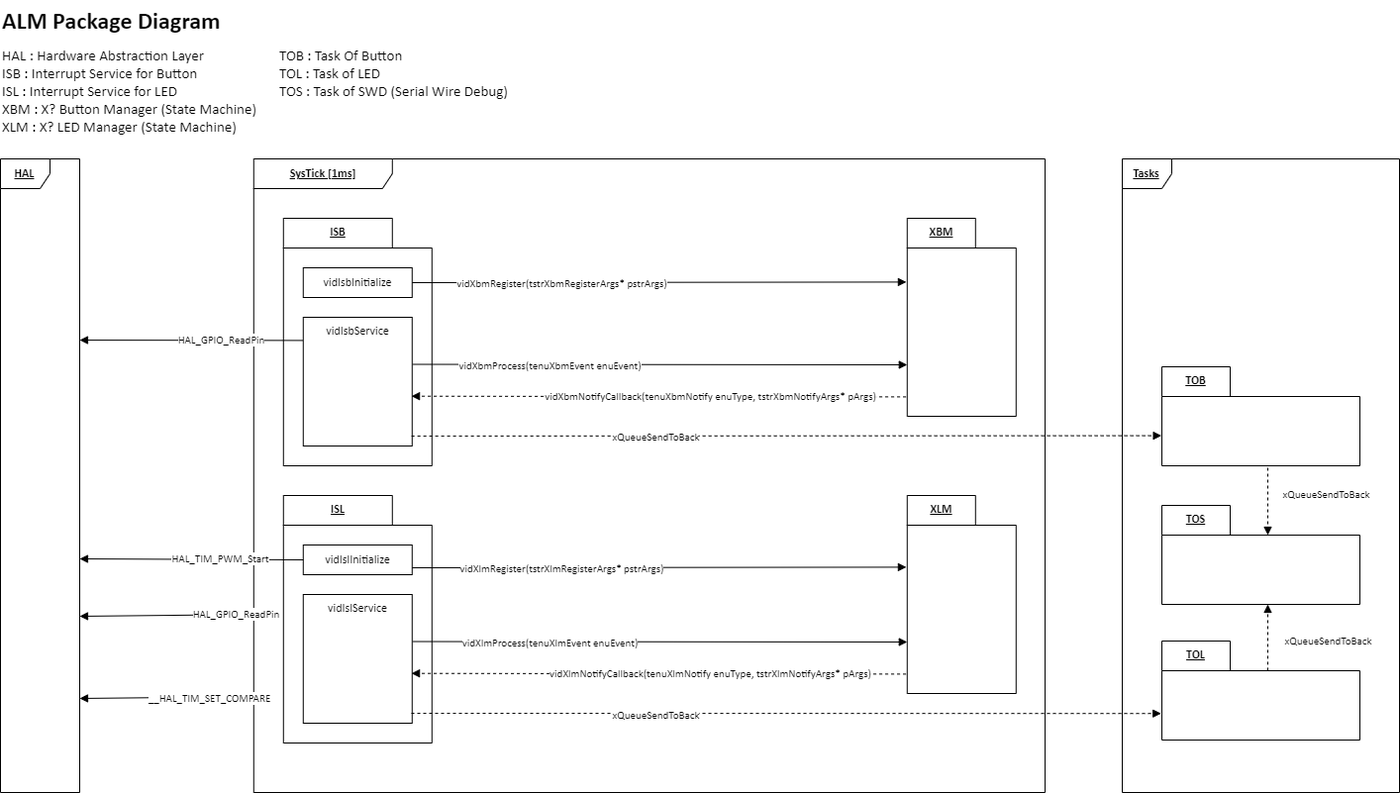
Earlier version of the draw.io export Resources/Part2/Part2_ALM_PackageDiagram.drawio.png (gtuja/CSC_MS). Source tidied: cells renumbered, new cells last; positions are measured from the earlier drawing's top-left corner, leaving out a move shared by most shapes. Source of this version:
```xml
<mxGraphModel>
  <root>
    <mxCell id="0" />
    <mxCell id="1" parent="0" />
    <mxCell id="2" value="HAL" style="shape=umlFrame;whiteSpace=wrap;html=1;width=50;height=30;labelBackgroundColor=default;fontFamily=Calibri;fontStyle=5;" parent="1" vertex="1">
      <mxGeometry y="160" width="80" height="640" as="geometry" />
    </mxCell>
    <mxCell id="3" value="SysTick [1ms]" style="shape=umlFrame;whiteSpace=wrap;html=1;width=140;height=30;fontFamily=Calibri;fontStyle=5;" parent="1" vertex="1">
      <mxGeometry x="255.8" y="160" width="799.2" height="640" as="geometry" />
    </mxCell>
    <mxCell id="4" value="ISB" style="shape=folder;fontStyle=5;tabWidth=110;tabHeight=30;tabPosition=left;html=1;boundedLbl=1;labelInHeader=1;whiteSpace=wrap;verticalAlign=top;align=center;fontFamily=Calibri;" parent="3" vertex="1">
      <mxGeometry x="30" y="60" width="150" height="250" as="geometry" />
    </mxCell>
    <mxCell id="5" value="vidIsbInitialize" style="html=1;whiteSpace=wrap;align=center;fontFamily=Calibri;" parent="4" vertex="1">
      <mxGeometry width="110" height="30" relative="1" as="geometry">
        <mxPoint x="20" y="50" as="offset" />
      </mxGeometry>
    </mxCell>
    <mxCell id="6" value="vidIsbService" style="html=1;whiteSpace=wrap;verticalAlign=top;fontFamily=Calibri;" parent="4" vertex="1">
      <mxGeometry x="20" y="100" width="110" height="130" as="geometry" />
    </mxCell>
    <mxCell id="7" value="XBM" style="shape=folder;fontStyle=5;tabWidth=69;tabHeight=30;tabPosition=left;html=1;boundedLbl=1;labelInHeader=1;whiteSpace=wrap;verticalAlign=top;align=center;fontFamily=Calibri;" parent="3" vertex="1">
      <mxGeometry x="660" y="60" width="110" height="200" as="geometry" />
    </mxCell>
    <mxCell id="8" style="html=1;verticalAlign=bottom;labelBackgroundColor=none;endArrow=block;endFill=1;rounded=0;exitX=1;exitY=0.5;exitDx=0;exitDy=0;entryX=-0.008;entryY=0.322;entryDx=0;entryDy=0;entryPerimeter=0;fontFamily=Calibri;" parent="3" edge="1" source="5" target="7">
      <mxGeometry relative="1" as="geometry" />
    </mxCell>
    <mxCell id="9" value="vidXbmRegister(tstrXbmRegisterArgs* pstrArgs)" style="edgeLabel;html=1;align=center;verticalAlign=middle;fontFamily=Calibri;" parent="8" vertex="1">
      <mxGeometry x="-0.16" y="-1" relative="1" as="geometry">
        <mxPoint x="-59" as="offset" />
      </mxGeometry>
    </mxCell>
    <mxCell id="10" style="html=1;verticalAlign=bottom;labelBackgroundColor=none;endArrow=block;endFill=1;rounded=0;exitX=1.005;exitY=0.304;exitDx=0;exitDy=0;entryX=0;entryY=0;entryDx=0;entryDy=140;entryPerimeter=0;exitPerimeter=0;fontFamily=Calibri;" parent="3" edge="1">
      <mxGeometry relative="1" as="geometry">
        <mxPoint x="160.5" y="207.5" as="sourcePoint" />
        <mxPoint x="660" y="208" as="targetPoint" />
      </mxGeometry>
    </mxCell>
    <mxCell id="11" value="vidXbmProcess(tenuXbmEvent enuEvent)" style="edgeLabel;html=1;align=center;verticalAlign=middle;fontFamily=Calibri;" parent="10" vertex="1">
      <mxGeometry x="-0.16" y="-1" relative="1" as="geometry">
        <mxPoint x="-71" as="offset" />
      </mxGeometry>
    </mxCell>
    <mxCell id="12" style="html=1;verticalAlign=bottom;labelBackgroundColor=none;endArrow=block;endFill=1;rounded=0;exitX=-0.011;exitY=0.902;exitDx=0;exitDy=0;entryX=0.994;entryY=0.613;entryDx=0;entryDy=0;entryPerimeter=0;exitPerimeter=0;dashed=1;fontFamily=Calibri;" parent="3" edge="1" source="7" target="6">
      <mxGeometry relative="1" as="geometry" />
    </mxCell>
    <mxCell id="13" value="vidXbmNotifyCallback(tenuXbmNotify enuType, tstrXbmNotifyArgs* pArgs)" style="edgeLabel;html=1;align=center;verticalAlign=middle;fontFamily=Calibri;" parent="12" vertex="1">
      <mxGeometry x="-0.16" y="-1" relative="1" as="geometry">
        <mxPoint x="11" as="offset" />
      </mxGeometry>
    </mxCell>
    <mxCell id="14" value="ISL" style="shape=folder;fontStyle=5;tabWidth=110;tabHeight=30;tabPosition=left;html=1;boundedLbl=1;labelInHeader=1;whiteSpace=wrap;verticalAlign=top;align=center;fontFamily=Calibri;" parent="3" vertex="1">
      <mxGeometry x="30" y="340" width="150" height="250" as="geometry" />
    </mxCell>
    <mxCell id="15" value="vidIslInitialize" style="html=1;whiteSpace=wrap;align=center;fontFamily=Calibri;" parent="14" vertex="1">
      <mxGeometry width="110" height="30" relative="1" as="geometry">
        <mxPoint x="20" y="50" as="offset" />
      </mxGeometry>
    </mxCell>
    <mxCell id="16" value="vidIslService" style="html=1;whiteSpace=wrap;verticalAlign=top;fontFamily=Calibri;" parent="14" vertex="1">
      <mxGeometry x="20" y="100" width="110" height="130" as="geometry" />
    </mxCell>
    <mxCell id="17" value="XLM" style="shape=folder;fontStyle=5;tabWidth=69;tabHeight=30;tabPosition=left;html=1;boundedLbl=1;labelInHeader=1;whiteSpace=wrap;verticalAlign=top;align=center;fontFamily=Calibri;" parent="3" vertex="1">
      <mxGeometry x="660" y="340" width="110" height="200" as="geometry" />
    </mxCell>
    <mxCell id="18" style="html=1;verticalAlign=bottom;labelBackgroundColor=none;endArrow=block;endFill=1;rounded=0;exitX=1;exitY=0.5;exitDx=0;exitDy=0;entryX=-0.008;entryY=0.322;entryDx=0;entryDy=0;entryPerimeter=0;fontFamily=Calibri;" parent="3" edge="1">
      <mxGeometry relative="1" as="geometry">
        <mxPoint x="160" y="413" as="sourcePoint" />
        <mxPoint x="659.1" y="412.4" as="targetPoint" />
      </mxGeometry>
    </mxCell>
    <mxCell id="19" value="vidXlmRegister(tstrXlmRegisterArgs* pstrArgs)" style="edgeLabel;html=1;align=center;verticalAlign=middle;fontFamily=Calibri;" parent="18" vertex="1">
      <mxGeometry x="-0.16" y="-1" relative="1" as="geometry">
        <mxPoint x="-59" as="offset" />
      </mxGeometry>
    </mxCell>
    <mxCell id="20" style="html=1;verticalAlign=bottom;labelBackgroundColor=none;endArrow=block;endFill=1;rounded=0;exitX=1.005;exitY=0.304;exitDx=0;exitDy=0;entryX=0;entryY=0;entryDx=0;entryDy=140;entryPerimeter=0;exitPerimeter=0;fontFamily=Calibri;" parent="3" edge="1">
      <mxGeometry relative="1" as="geometry">
        <mxPoint x="160.5" y="487.5" as="sourcePoint" />
        <mxPoint x="660" y="488" as="targetPoint" />
      </mxGeometry>
    </mxCell>
    <mxCell id="21" value="vidXlmProcess(tenuXlmEvent enuEvent)" style="edgeLabel;html=1;align=center;verticalAlign=middle;fontFamily=Calibri;" parent="20" vertex="1">
      <mxGeometry x="-0.16" y="-1" relative="1" as="geometry">
        <mxPoint x="-71" as="offset" />
      </mxGeometry>
    </mxCell>
    <mxCell id="22" style="html=1;verticalAlign=bottom;labelBackgroundColor=none;endArrow=block;endFill=1;rounded=0;exitX=-0.011;exitY=0.902;exitDx=0;exitDy=0;entryX=0.994;entryY=0.613;entryDx=0;entryDy=0;entryPerimeter=0;exitPerimeter=0;dashed=1;fontFamily=Calibri;" parent="3" edge="1" source="17" target="16">
      <mxGeometry relative="1" as="geometry" />
    </mxCell>
    <mxCell id="23" value="vidXlmNotifyCallback(tenuXlmNotify enuType, tstrXlmNotifyArgs* pArgs)" style="edgeLabel;html=1;align=center;verticalAlign=middle;fontFamily=Calibri;" parent="22" vertex="1">
      <mxGeometry x="-0.16" y="-1" relative="1" as="geometry">
        <mxPoint x="11" as="offset" />
      </mxGeometry>
    </mxCell>
    <mxCell id="24" style="html=1;verticalAlign=bottom;labelBackgroundColor=none;endArrow=block;endFill=1;rounded=0;exitX=0.985;exitY=0.923;exitDx=0;exitDy=0;exitPerimeter=0;dashed=1;entryX=-0.004;entryY=0.732;entryDx=0;entryDy=0;entryPerimeter=0;fontFamily=Calibri;" parent="3" edge="1" target="36">
      <mxGeometry relative="1" as="geometry">
        <mxPoint x="159.2" y="560" as="sourcePoint" />
      </mxGeometry>
    </mxCell>
    <mxCell id="25" value="xQueueSendToBack" style="edgeLabel;html=1;align=center;verticalAlign=middle;fontFamily=Calibri;" parent="24" vertex="1">
      <mxGeometry x="-0.16" y="-1" relative="1" as="geometry">
        <mxPoint x="-71" as="offset" />
      </mxGeometry>
    </mxCell>
    <mxCell id="26" style="html=1;verticalAlign=bottom;labelBackgroundColor=none;endArrow=block;endFill=1;rounded=0;exitX=-0.003;exitY=0.18;exitDx=0;exitDy=0;entryX=1.035;entryY=0.286;entryDx=0;entryDy=0;entryPerimeter=0;exitPerimeter=0;fontFamily=Calibri;" parent="1" edge="1" source="6">
      <mxGeometry relative="1" as="geometry">
        <mxPoint x="80" y="343" as="targetPoint" />
      </mxGeometry>
    </mxCell>
    <mxCell id="27" value="HAL_GPIO_ReadPin" style="edgeLabel;html=1;align=center;verticalAlign=middle;fontFamily=Calibri;" parent="26" vertex="1">
      <mxGeometry x="-0.16" y="-1" relative="1" as="geometry">
        <mxPoint x="11" as="offset" />
      </mxGeometry>
    </mxCell>
    <mxCell id="28" style="html=1;verticalAlign=bottom;labelBackgroundColor=none;endArrow=block;endFill=1;rounded=0;exitX=0;exitY=0.5;exitDx=0;exitDy=0;fontFamily=Calibri;" parent="1" edge="1" source="15">
      <mxGeometry relative="1" as="geometry">
        <mxPoint x="80" y="564" as="targetPoint" />
      </mxGeometry>
    </mxCell>
    <mxCell id="29" value="HAL_TIM_PWM_Start" style="edgeLabel;html=1;align=center;verticalAlign=middle;fontFamily=Calibri;" parent="28" vertex="1">
      <mxGeometry x="-0.16" y="-1" relative="1" as="geometry">
        <mxPoint x="11" as="offset" />
      </mxGeometry>
    </mxCell>
    <mxCell id="30" style="html=1;verticalAlign=bottom;labelBackgroundColor=none;endArrow=block;endFill=1;rounded=0;exitX=0;exitY=0.194;exitDx=0;exitDy=0;entryX=1.005;entryY=0.271;entryDx=0;entryDy=0;entryPerimeter=0;exitPerimeter=0;fontFamily=Calibri;" parent="1" edge="1">
      <mxGeometry relative="1" as="geometry">
        <mxPoint x="271" y="620" as="sourcePoint" />
        <mxPoint x="80" y="622" as="targetPoint" />
      </mxGeometry>
    </mxCell>
    <mxCell id="31" value="HAL_GPIO_ReadPin" style="edgeLabel;html=1;align=center;verticalAlign=middle;fontFamily=Calibri;" parent="30" vertex="1">
      <mxGeometry x="-0.16" y="-1" relative="1" as="geometry">
        <mxPoint x="46" as="offset" />
      </mxGeometry>
    </mxCell>
    <mxCell id="32" style="html=1;verticalAlign=bottom;labelBackgroundColor=none;endArrow=block;endFill=1;rounded=0;exitX=0;exitY=0.194;exitDx=0;exitDy=0;entryX=1.005;entryY=0.271;entryDx=0;entryDy=0;entryPerimeter=0;exitPerimeter=0;fontFamily=Calibri;" parent="1" edge="1">
      <mxGeometry relative="1" as="geometry">
        <mxPoint x="271" y="703" as="sourcePoint" />
        <mxPoint x="80" y="705" as="targetPoint" />
      </mxGeometry>
    </mxCell>
    <mxCell id="33" value="__HAL_TIM_SET_COMPARE" style="edgeLabel;html=1;align=center;verticalAlign=middle;fontFamily=Calibri;" parent="32" vertex="1">
      <mxGeometry x="-0.16" y="-1" relative="1" as="geometry">
        <mxPoint x="19" y="2" as="offset" />
      </mxGeometry>
    </mxCell>
    <mxCell id="34" value="Tasks" style="shape=umlFrame;whiteSpace=wrap;html=1;width=50;height=30;fontFamily=Calibri;fontStyle=5;" parent="1" vertex="1">
      <mxGeometry x="1133" y="160" width="280" height="640" as="geometry" />
    </mxCell>
    <mxCell id="35" value="TOB" style="shape=folder;fontStyle=5;tabWidth=69;tabHeight=30;tabPosition=left;html=1;boundedLbl=1;labelInHeader=1;whiteSpace=wrap;verticalAlign=top;align=center;fontFamily=Calibri;" parent="34" vertex="1">
      <mxGeometry x="40" y="210" width="200" height="100" as="geometry" />
    </mxCell>
    <mxCell id="36" value="TOL" style="shape=folder;fontStyle=5;tabWidth=69;tabHeight=30;tabPosition=left;html=1;boundedLbl=1;labelInHeader=1;whiteSpace=wrap;verticalAlign=top;align=center;fontFamily=Calibri;" parent="34" vertex="1">
      <mxGeometry x="40" y="487" width="200" height="100" as="geometry" />
    </mxCell>
    <mxCell id="37" value="TOS" style="shape=folder;fontStyle=5;tabWidth=69;tabHeight=30;tabPosition=left;html=1;boundedLbl=1;labelInHeader=1;whiteSpace=wrap;verticalAlign=top;align=center;fontFamily=Calibri;" parent="34" vertex="1">
      <mxGeometry x="40" y="350" width="200" height="100" as="geometry" />
    </mxCell>
    <mxCell id="38" style="html=1;verticalAlign=bottom;labelBackgroundColor=none;endArrow=block;endFill=1;rounded=0;dashed=1;entryX=0.5;entryY=1;entryDx=0;entryDy=0;entryPerimeter=0;exitX=0.535;exitY=0.299;exitDx=0;exitDy=0;exitPerimeter=0;fontFamily=Calibri;" parent="37" edge="1" source="36">
      <mxGeometry relative="1" as="geometry">
        <mxPoint x="107" y="100" as="targetPoint" />
      </mxGeometry>
    </mxCell>
    <mxCell id="39" value="xQueueSendToBack" style="edgeLabel;html=1;align=center;verticalAlign=middle;fontFamily=Calibri;" parent="38" vertex="1">
      <mxGeometry x="-0.16" y="-1" relative="1" as="geometry">
        <mxPoint x="59" y="-2" as="offset" />
      </mxGeometry>
    </mxCell>
    <mxCell id="40" style="html=1;verticalAlign=bottom;labelBackgroundColor=none;endArrow=block;endFill=1;rounded=0;dashed=1;exitX=0.535;exitY=1.02;exitDx=0;exitDy=0;exitPerimeter=0;fontFamily=Calibri;" parent="34" edge="1" source="35">
      <mxGeometry relative="1" as="geometry">
        <mxPoint x="147" y="380" as="targetPoint" />
      </mxGeometry>
    </mxCell>
    <mxCell id="41" value="xQueueSendToBack" style="edgeLabel;html=1;align=center;verticalAlign=middle;fontFamily=Calibri;" parent="40" vertex="1">
      <mxGeometry x="-0.16" y="-1" relative="1" as="geometry">
        <mxPoint x="59" y="-2" as="offset" />
      </mxGeometry>
    </mxCell>
    <mxCell id="42" style="html=1;verticalAlign=bottom;labelBackgroundColor=none;endArrow=block;endFill=1;rounded=0;exitX=0.985;exitY=0.923;exitDx=0;exitDy=0;exitPerimeter=0;dashed=1;entryX=-0.002;entryY=0.696;entryDx=0;entryDy=0;entryPerimeter=0;fontFamily=Calibri;" parent="1" edge="1" target="35">
      <mxGeometry relative="1" as="geometry">
        <mxPoint x="415.1" y="440" as="sourcePoint" />
      </mxGeometry>
    </mxCell>
    <mxCell id="43" value="xQueueSendToBack" style="edgeLabel;html=1;align=center;verticalAlign=middle;fontFamily=Calibri;" parent="42" vertex="1">
      <mxGeometry x="-0.16" y="-1" relative="1" as="geometry">
        <mxPoint x="-71" as="offset" />
      </mxGeometry>
    </mxCell>
    <mxCell id="44" value="&lt;h1 style=&quot;margin-top: 0px;&quot;&gt;ALM Package Diagram&lt;/h1&gt;&lt;p&gt;&lt;br&gt;&lt;/p&gt;&lt;p&gt;&lt;br&gt;&lt;/p&gt;" style="text;html=1;whiteSpace=wrap;overflow=hidden;rounded=0;fontFamily=Calibri;" parent="1" vertex="1">
      <mxGeometry width="420" height="50" as="geometry" />
    </mxCell>
    <mxCell id="45" value="&lt;span style=&quot;font-size: 15px;&quot;&gt;HAL : Hardware Abstraction Layer&lt;/span&gt;&lt;div style=&quot;font-size: 15px;&quot;&gt;&lt;span style=&quot;font-size: 15px;&quot;&gt;ISB : Interrupt Service for Button&lt;/span&gt;&lt;/div&gt;&lt;div style=&quot;font-size: 15px;&quot;&gt;&lt;div style=&quot;font-size: 15px;&quot;&gt;&lt;span style=&quot;font-size: 15px;&quot;&gt;ISL : Interrupt Service for LED&lt;/span&gt;&lt;/div&gt;&lt;div style=&quot;font-size: 15px;&quot;&gt;&lt;span style=&quot;font-size: 15px;&quot;&gt;XBM : X? Button Manager (State Machine)&lt;/span&gt;&lt;/div&gt;&lt;div style=&quot;font-size: 15px;&quot;&gt;&lt;span style=&quot;font-size: 15px;&quot;&gt;XLM : X? LED Manager&amp;nbsp;&lt;/span&gt;(State Machine)&lt;/div&gt;&lt;/div&gt;&lt;div style=&quot;font-size: 15px;&quot;&gt;&lt;span style=&quot;font-size: 15px;&quot;&gt;&lt;br style=&quot;font-size: 15px;&quot;&gt;&lt;/span&gt;&lt;/div&gt;" style="text;html=1;align=left;verticalAlign=top;whiteSpace=wrap;rounded=0;fontFamily=Calibri;labelBackgroundColor=default;fontSize=15;" parent="1" vertex="1">
      <mxGeometry y="40" width="260" height="110" as="geometry" />
    </mxCell>
    <mxCell id="46" value="&lt;div style=&quot;font-size: 15px;&quot;&gt;&lt;span style=&quot;font-size: 15px;&quot;&gt;TOB : Task Of Button&lt;/span&gt;&lt;/div&gt;&lt;div style=&quot;font-size: 15px;&quot;&gt;TOL : Task of LED&lt;br&gt;&lt;/div&gt;&lt;div style=&quot;font-size: 15px;&quot;&gt;&lt;div&gt;TOS : Task of SWD (Serial Wire Debug)&lt;/div&gt;&lt;/div&gt;" style="text;html=1;align=left;verticalAlign=top;whiteSpace=wrap;rounded=0;fontFamily=Calibri;labelBackgroundColor=default;fontSize=15;" parent="1" vertex="1">
      <mxGeometry x="280" y="40" width="260" height="70" as="geometry" />
    </mxCell>
  </root>
</mxGraphModel>
```
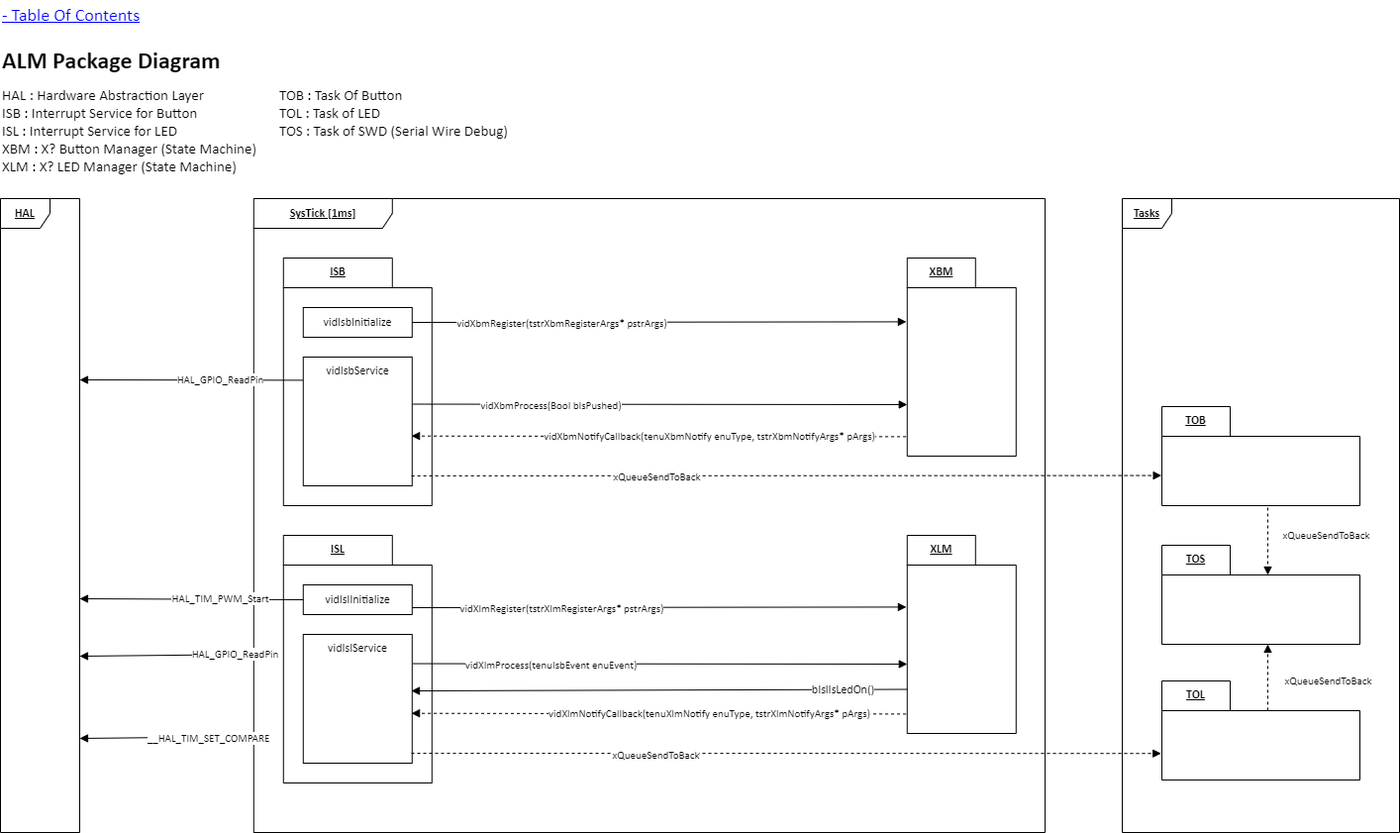
Later version of the same file.

What changed in the source:
```diff
@@ -36,7 +36,7 @@
         <mxPoint x="660" y="208" as="targetPoint" />
       </mxGeometry>
     </mxCell>
-    <mxCell id="11" value="vidXbmProcess(tenuXbmEvent enuEvent)" style="edgeLabel;html=1;align=center;verticalAlign=middle;fontFamily=Calibri;" parent="10" vertex="1">
+    <mxCell id="11" value="vidXbmProcess(Bool bIsPushed)" style="edgeLabel;html=1;align=center;verticalAlign=middle;fontFamily=Calibri;" parent="10" vertex="1">
       <mxGeometry x="-0.16" y="-1" relative="1" as="geometry">
         <mxPoint x="-71" as="offset" />
       </mxGeometry>
@@ -76,11 +76,11 @@
     </mxCell>
     <mxCell id="20" style="html=1;verticalAlign=bottom;labelBackgroundColor=none;endArrow=block;endFill=1;rounded=0;exitX=1.005;exitY=0.304;exitDx=0;exitDy=0;entryX=0;entryY=0;entryDx=0;entryDy=140;entryPerimeter=0;exitPerimeter=0;fontFamily=Calibri;" parent="3" edge="1">
       <mxGeometry relative="1" as="geometry">
-        <mxPoint x="160.5" y="487.5" as="sourcePoint" />
-        <mxPoint x="660" y="488" as="targetPoint" />
+        <mxPoint x="160.5" y="469.5" as="sourcePoint" />
+        <mxPoint x="660" y="470" as="targetPoint" />
       </mxGeometry>
     </mxCell>
-    <mxCell id="21" value="vidXlmProcess(tenuXlmEvent enuEvent)" style="edgeLabel;html=1;align=center;verticalAlign=middle;fontFamily=Calibri;" parent="20" vertex="1">
+    <mxCell id="21" value="vidXlmProcess(tenuIsbEvent enuEvent)" style="edgeLabel;html=1;align=center;verticalAlign=middle;fontFamily=Calibri;" parent="20" vertex="1">
       <mxGeometry x="-0.16" y="-1" relative="1" as="geometry">
         <mxPoint x="-71" as="offset" />
       </mxGeometry>
@@ -103,6 +103,17 @@
         <mxPoint x="-71" as="offset" />
       </mxGeometry>
     </mxCell>
+    <mxCell id="47" style="html=1;verticalAlign=bottom;labelBackgroundColor=none;endArrow=block;endFill=1;rounded=0;exitX=0;exitY=0;exitDx=0;exitDy=157.5;exitPerimeter=0;fontFamily=Calibri;entryX=0.993;entryY=0.454;entryDx=0;entryDy=0;entryPerimeter=0;" parent="3" edge="1">
+      <mxGeometry relative="1" as="geometry">
+        <mxPoint x="660" y="495.5" as="sourcePoint" />
+        <mxPoint x="159.2" y="497" as="targetPoint" />
+      </mxGeometry>
+    </mxCell>
+    <mxCell id="48" value="&lt;span style=&quot;font-size: 12px; text-align: left; background-color: rgb(251, 251, 251);&quot;&gt;bIslIsLedOn()&lt;/span&gt;" style="edgeLabel;html=1;align=center;verticalAlign=middle;fontFamily=Calibri;" parent="47" vertex="1">
+      <mxGeometry x="-0.16" y="-1" relative="1" as="geometry">
+        <mxPoint x="145" as="offset" />
+      </mxGeometry>
+    </mxCell>
     <mxCell id="26" style="html=1;verticalAlign=bottom;labelBackgroundColor=none;endArrow=block;endFill=1;rounded=0;exitX=-0.003;exitY=0.18;exitDx=0;exitDy=0;entryX=1.035;entryY=0.286;entryDx=0;entryDy=0;entryPerimeter=0;exitPerimeter=0;fontFamily=Calibri;" parent="1" edge="1" source="6">
       <mxGeometry relative="1" as="geometry">
         <mxPoint x="80" y="343" as="targetPoint" />
@@ -196,5 +207,8 @@
     <mxCell id="46" value="&lt;div style=&quot;font-size: 15px;&quot;&gt;&lt;span style=&quot;font-size: 15px;&quot;&gt;TOB : Task Of Button&lt;/span&gt;&lt;/div&gt;&lt;div style=&quot;font-size: 15px;&quot;&gt;TOL : Task of LED&lt;br&gt;&lt;/div&gt;&lt;div style=&quot;font-size: 15px;&quot;&gt;&lt;div&gt;TOS : Task of SWD (Serial Wire Debug)&lt;/div&gt;&lt;/div&gt;" style="text;html=1;align=left;verticalAlign=top;whiteSpace=wrap;rounded=0;fontFamily=Calibri;labelBackgroundColor=default;fontSize=15;" parent="1" vertex="1">
       <mxGeometry x="280" y="40" width="260" height="70" as="geometry" />
     </mxCell>
+    <mxCell id="49" value="- Table Of Contents" style="text;html=1;align=left;verticalAlign=middle;whiteSpace=wrap;rounded=0;fontStyle=4;fontFamily=Calibri;fontSize=18;fontColor=#0000FF;" parent="1" vertex="1">
+      <mxGeometry y="-40" width="240" height="30" as="geometry" />
+    </mxCell>
   </root>
 </mxGraphModel>
```
